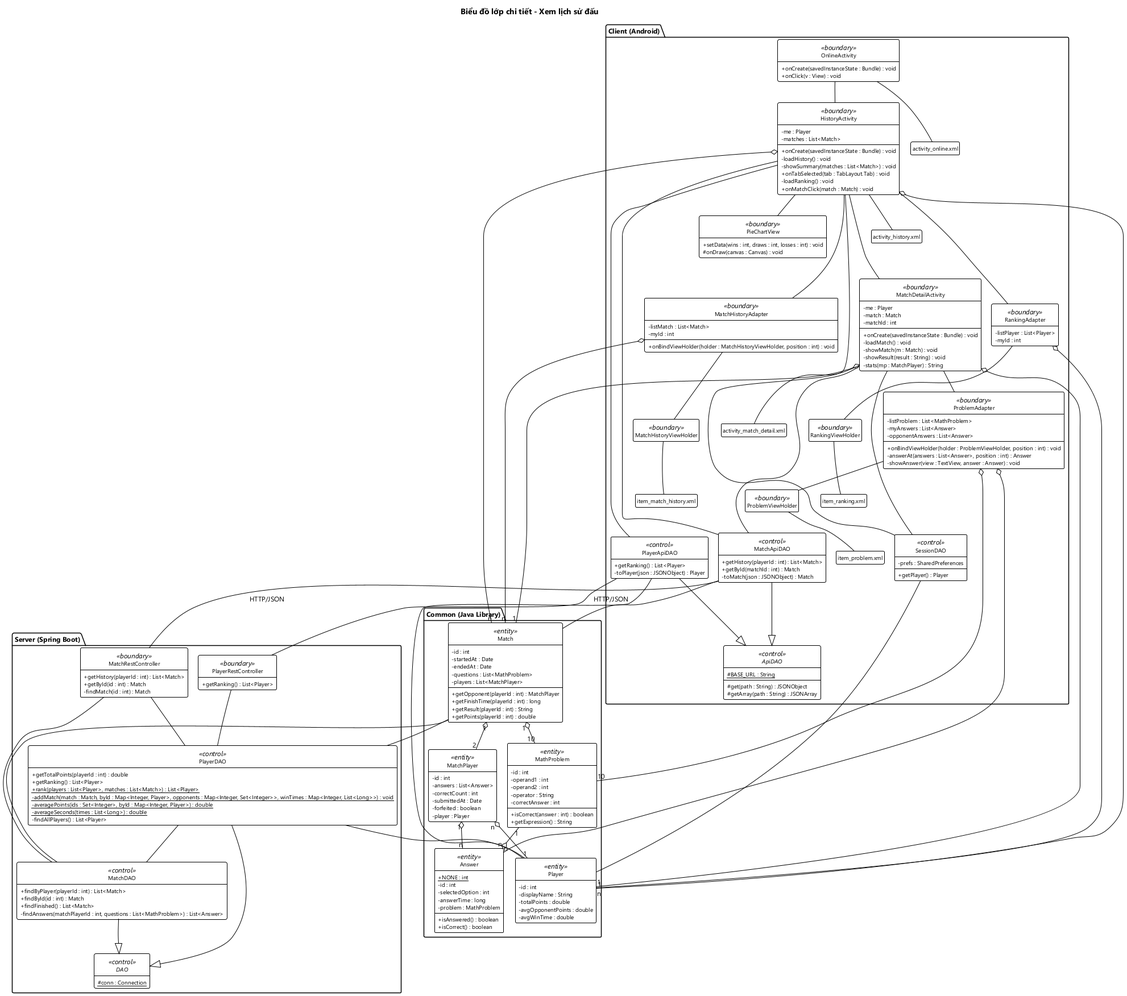
This is docs/hung/lop-thiet-ke-uc04.png from HungNguyenBa1811/math-dash, a PlantUML export, as it was before one commit.
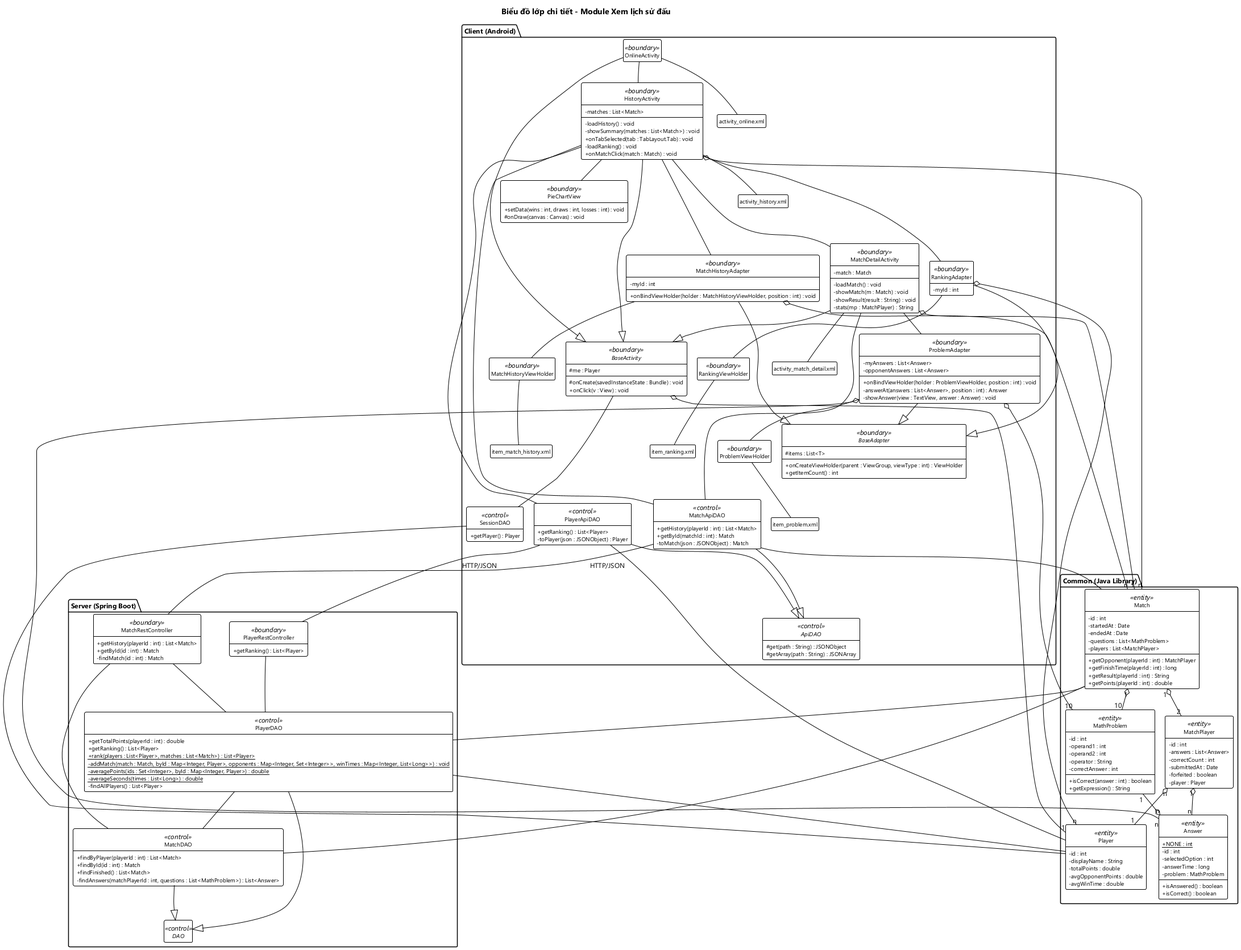
The same file after the commit.

What changed in the source:
```diff
@@ -1,16 +1,23 @@
 @startuml lop-thiet-ke-uc04
 !include _theme.iuml
-title Biểu đồ lớp chi tiết - Xem lịch sử đấu
+title Biểu đồ lớp chi tiết - Module Xem lịch sử đấu
 
 package "Client (Android)" as PC {
-  class OnlineActivity <<boundary>> {
-    + onCreate(savedInstanceState : Bundle) : void
+  abstract class BaseActivity <<boundary>> {
+    # me : Player
+    # onCreate(savedInstanceState : Bundle) : void
     + onClick(v : View) : void
   }
+  abstract class BaseAdapter <<boundary>> {
+    # items : List<T>
+    + onCreateViewHolder(parent : ViewGroup, viewType : int) : ViewHolder
+    + getItemCount() : int
+  }
+  class OnlineActivity <<boundary>> {
+
+  }
   class HistoryActivity <<boundary>> {
-    - me : Player
     - matches : List<Match>
-    + onCreate(savedInstanceState : Bundle) : void
     - loadHistory() : void
     - showSummary(matches : List<Match>) : void
     + onTabSelected(tab : TabLayout.Tab) : void
@@ -22,28 +29,22 @@
     # onDraw(canvas : Canvas) : void
   }
   class MatchHistoryAdapter <<boundary>> {
-    - listMatch : List<Match>
     - myId : int
     + onBindViewHolder(holder : MatchHistoryViewHolder, position : int) : void
   }
   class MatchHistoryViewHolder <<boundary>>
   class RankingAdapter <<boundary>> {
-    - listPlayer : List<Player>
     - myId : int
   }
   class RankingViewHolder <<boundary>>
   class MatchDetailActivity <<boundary>> {
-    - me : Player
     - match : Match
-    - matchId : int
-    + onCreate(savedInstanceState : Bundle) : void
     - loadMatch() : void
     - showMatch(m : Match) : void
     - showResult(result : String) : void
     - stats(mp : MatchPlayer) : String
   }
   class ProblemAdapter <<boundary>> {
-    - listProblem : List<MathProblem>
     - myAnswers : List<Answer>
     - opponentAnswers : List<Answer>
     + onBindViewHolder(holder : ProblemViewHolder, position : int) : void
@@ -58,11 +59,9 @@
   class "activity_match_detail.xml" as xmlDetail
   class "item_problem.xml" as xmlItemProblem
   class SessionDAO <<control>> {
-    - prefs : SharedPreferences
     + getPlayer() : Player
   }
   abstract class ApiDAO <<control>> {
-    # {static} BASE_URL : String
     # get(path : String) : JSONObject
     # getArray(path : String) : JSONArray
   }
@@ -134,7 +133,7 @@
     + getRanking() : List<Player>
   }
   abstract class "DAO" as SDAO <<control>> {
-    # {static} conn : Connection
+
   }
   class MatchDAO <<control>> {
     + findByPlayer(playerId : int) : List<Match>
@@ -153,6 +152,14 @@
   }
 }
 
+OnlineActivity --|> BaseActivity
+HistoryActivity --|> BaseActivity
+MatchDetailActivity --|> BaseActivity
+MatchHistoryAdapter --|> BaseAdapter
+RankingAdapter --|> BaseAdapter
+ProblemAdapter --|> BaseAdapter
+BaseActivity o-- "1" Player
+BaseActivity -- SessionDAO
 OnlineActivity -- HistoryActivity
 HistoryActivity -- MatchDetailActivity
 HistoryActivity -- PieChartView
@@ -168,18 +175,14 @@
 RankingViewHolder -- xmlItemRanking
 MatchDetailActivity -- xmlDetail
 ProblemViewHolder -- xmlItemProblem
-HistoryActivity o-- "1" Player
 HistoryActivity o-- "n" Match
 MatchHistoryAdapter o-- "n" Match
 RankingAdapter o-- "n" Player
-MatchDetailActivity o-- "1" Player
 MatchDetailActivity o-- "1" Match
 ProblemAdapter o-- "10" MathProblem
 ProblemAdapter o-- "n" Answer
-HistoryActivity -- SessionDAO
 HistoryActivity -- MatchApiDAO
 HistoryActivity -- PlayerApiDAO
-MatchDetailActivity -- SessionDAO
 MatchDetailActivity -- MatchApiDAO
 MatchApiDAO --|> ApiDAO
 PlayerApiDAO --|> ApiDAO
```
